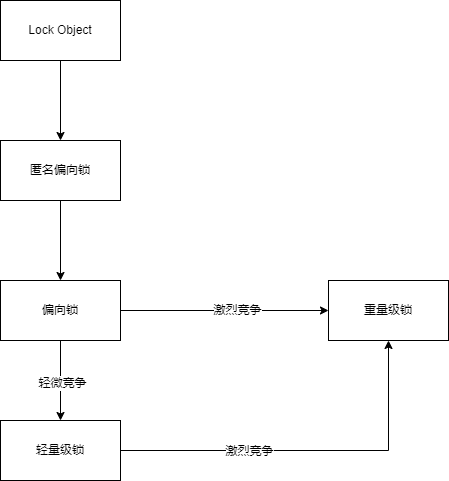
This is java/synchronized整理总结.drawio.png from dearliwenhui/mydraw, a draw.io export, as it was before one commit. Source tidied: cells renumbered, new cells last; positions are measured from the earlier drawing's top-left corner, leaving out a move shared by most shapes.
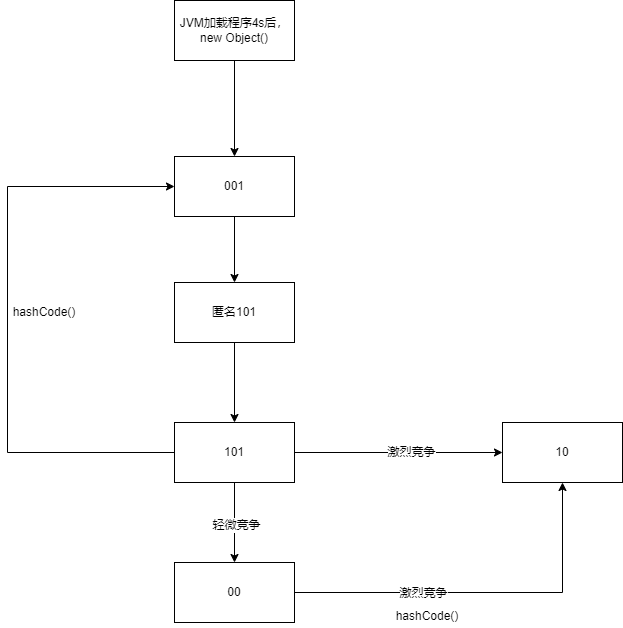
After the commit.

Commit message:
更新synchronized整理总结.drawio.png

Diff of the diagram source:
```diff
@@ -2,16 +2,16 @@
   <root>
     <mxCell id="0" />
     <mxCell id="1" parent="0" />
-    <mxCell id="2" style="edgeStyle=orthogonalEdgeStyle;rounded=0;jettySize=auto;html=1;" parent="1" edge="1" source="3" target="5">
+    <mxCell id="2" style="edgeStyle=orthogonalEdgeStyle;rounded=0;jettySize=auto;html=1;entryX=0.5;entryY=0;entryDx=0;entryDy=0;" parent="1" edge="1" source="3" target="17">
       <mxGeometry relative="1" as="geometry" />
     </mxCell>
-    <mxCell id="3" value="Lock Object" style="rounded=0;whiteSpace=wrap;html=1;" parent="1" vertex="1">
-      <mxGeometry width="120" height="60" as="geometry" />
+    <mxCell id="3" value="JVM加载程序4s后，&lt;br&gt;new Object()" style="rounded=0;whiteSpace=wrap;html=1;" parent="1" vertex="1">
+      <mxGeometry y="-142" width="120" height="60" as="geometry" />
     </mxCell>
     <mxCell id="4" style="edgeStyle=orthogonalEdgeStyle;rounded=0;jettySize=auto;html=1;" parent="1" edge="1" source="5" target="10">
       <mxGeometry relative="1" as="geometry" />
     </mxCell>
-    <mxCell id="5" value="匿名偏向锁" style="rounded=0;whiteSpace=wrap;html=1;" parent="1" vertex="1">
+    <mxCell id="5" value="匿名101" style="rounded=0;whiteSpace=wrap;html=1;" parent="1" vertex="1">
       <mxGeometry y="140" width="120" height="60" as="geometry" />
     </mxCell>
     <mxCell id="6" style="edgeStyle=orthogonalEdgeStyle;rounded=0;jettySize=auto;html=1;" parent="1" edge="1" source="10" target="13">
@@ -26,7 +26,15 @@
     <mxCell id="9" value="激烈竞争" style="edgeLabel;html=1;align=center;verticalAlign=middle;" parent="8" vertex="1">
       <mxGeometry x="0.12" y="1" relative="1" as="geometry" />
     </mxCell>
+    <mxCell id="15" style="edgeStyle=orthogonalEdgeStyle;rounded=0;jettySize=auto;html=1;exitX=0;exitY=0.5;exitDx=0;exitDy=0;entryX=0;entryY=0.5;entryDx=0;entryDy=0;" parent="1" edge="1" source="10" target="17">
+      <mxGeometry relative="1" as="geometry">
+        <Array as="points">
+          <mxPoint x="-167" y="310" />
+          <mxPoint x="-167" y="44" />
+        </Array>
+      </mxGeometry>
+    </mxCell>
-    <mxCell id="10" value="偏向锁" style="rounded=0;whiteSpace=wrap;html=1;" parent="1" vertex="1">
+    <mxCell id="10" value="101" style="rounded=0;whiteSpace=wrap;html=1;" parent="1" vertex="1">
       <mxGeometry y="280" width="120" height="60" as="geometry" />
     </mxCell>
     <mxCell id="11" style="edgeStyle=orthogonalEdgeStyle;rounded=0;jettySize=auto;html=1;exitX=1;exitY=0.5;exitDx=0;exitDy=0;" parent="1" edge="1" source="13" target="14">
@@ -37,11 +45,23 @@
         <mxPoint x="-29" as="offset" />
       </mxGeometry>
     </mxCell>
-    <mxCell id="13" value="轻量级锁" style="rounded=0;whiteSpace=wrap;html=1;" parent="1" vertex="1">
+    <mxCell id="13" value="00" style="rounded=0;whiteSpace=wrap;html=1;" parent="1" vertex="1">
       <mxGeometry y="420" width="120" height="60" as="geometry" />
     </mxCell>
-    <mxCell id="14" value="重量级锁" style="rounded=0;whiteSpace=wrap;html=1;" parent="1" vertex="1">
+    <mxCell id="14" value="10" style="rounded=0;whiteSpace=wrap;html=1;" parent="1" vertex="1">
       <mxGeometry x="328" y="280" width="120" height="60" as="geometry" />
     </mxCell>
+    <mxCell id="16" style="edgeStyle=orthogonalEdgeStyle;rounded=0;jettySize=auto;html=1;exitX=0.5;exitY=1;exitDx=0;exitDy=0;" parent="1" edge="1" source="17" target="5">
+      <mxGeometry relative="1" as="geometry" />
+    </mxCell>
+    <mxCell id="17" value="001" style="whiteSpace=wrap;html=1;" parent="1" vertex="1">
+      <mxGeometry y="14" width="120" height="60" as="geometry" />
+    </mxCell>
+    <mxCell id="18" value="hashCode()" style="text;html=1;strokeColor=none;fillColor=none;align=center;verticalAlign=middle;whiteSpace=wrap;rounded=0;" parent="1" vertex="1">
+      <mxGeometry x="215" y="463" width="76" height="22" as="geometry" />
+    </mxCell>
+    <mxCell id="19" value="hashCode()" style="text;html=1;strokeColor=none;fillColor=none;align=center;verticalAlign=middle;whiteSpace=wrap;rounded=0;" parent="1" vertex="1">
+      <mxGeometry x="-168" y="159" width="76" height="22" as="geometry" />
+    </mxCell>
   </root>
 </mxGraphModel>
```
